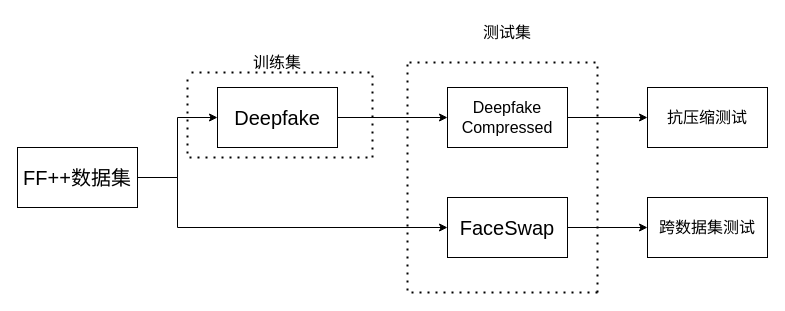
Before: compress.drawio in epc314/hello-world, a draw.io diagram. Source tidied: cells renumbered, new cells numbered last; positions are measured from the earlier drawing's top-left corner, leaving out a move shared by most shapes. Both pictures are drawn from the tidied source at 100%, with x=0, y=0 at pixel (17, 17).
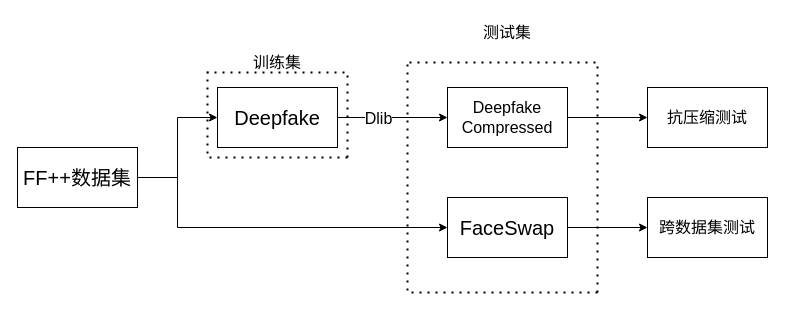
The same page after the edit.

Unchanged cells that the change refers to:
```xml
<mxCell id="5" style="edgeStyle=orthogonalEdgeStyle;rounded=0;jettySize=auto;html=1;fontSize=20;" parent="1" edge="1" source="6" target="10">
  <mxGeometry relative="1" as="geometry" />
</mxCell>
```

The edit, as a diff of the source:
```diff
@@
+    <mxCell id="19" value="Dlib" style="edgeLabel;html=1;align=center;verticalAlign=middle;fontSize=16;" parent="5" vertex="1">
+      <mxGeometry x="-0.27" relative="1" as="geometry" />
+    </mxCell>
@@
     <mxCell id="17" style="endArrow=none;dashed=1;html=1;dashPattern=1 3;strokeWidth=2;rounded=0;fontSize=16;" parent="1" edge="1">
       <mxGeometry relative="1" as="geometry">
-        <mxPoint x="355" y="140" as="sourcePoint" />
-        <mxPoint x="170" y="55" as="targetPoint" />
+        <mxPoint x="330" y="140" as="sourcePoint" />
+        <mxPoint x="190" y="55" as="targetPoint" />
         <Array as="points">
-          <mxPoint x="355" y="55" />
+          <mxPoint x="330" y="55" />
         </Array>
       </mxGeometry>
     </mxCell>
     <mxCell id="18" style="endArrow=none;dashed=1;html=1;dashPattern=1 3;strokeWidth=2;rounded=0;fontSize=16;" parent="1" edge="1">
       <mxGeometry relative="1" as="geometry">
-        <mxPoint x="350" y="140" as="sourcePoint" />
-        <mxPoint x="170" y="60" as="targetPoint" />
+        <mxPoint x="330" y="140" as="sourcePoint" />
+        <mxPoint x="190" y="50" as="targetPoint" />
         <Array as="points">
-          <mxPoint x="170" y="140" />
+          <mxPoint x="190" y="140" />
         </Array>
       </mxGeometry>
     </mxCell>
```
